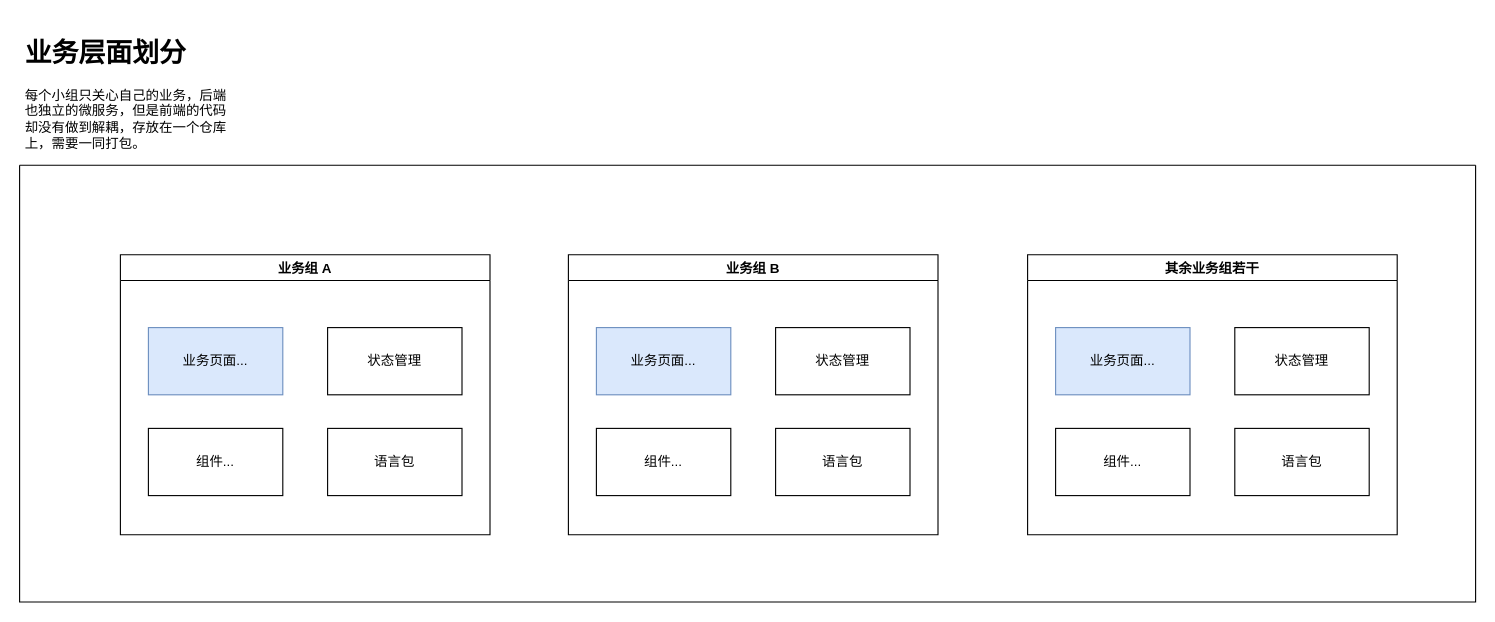
Earlier version of the draw.io diagram page "背景" (1 of 10) of 微服务设计图.drawio (zhuoooo/doodles). Source tidied: cells renumbered, new cells numbered last; positions are measured from the earlier drawing's top-left corner, leaving out a move shared by most shapes. Both pictures are drawn from the tidied source at 112%, with x=0, y=0 at pixel (19, 30).
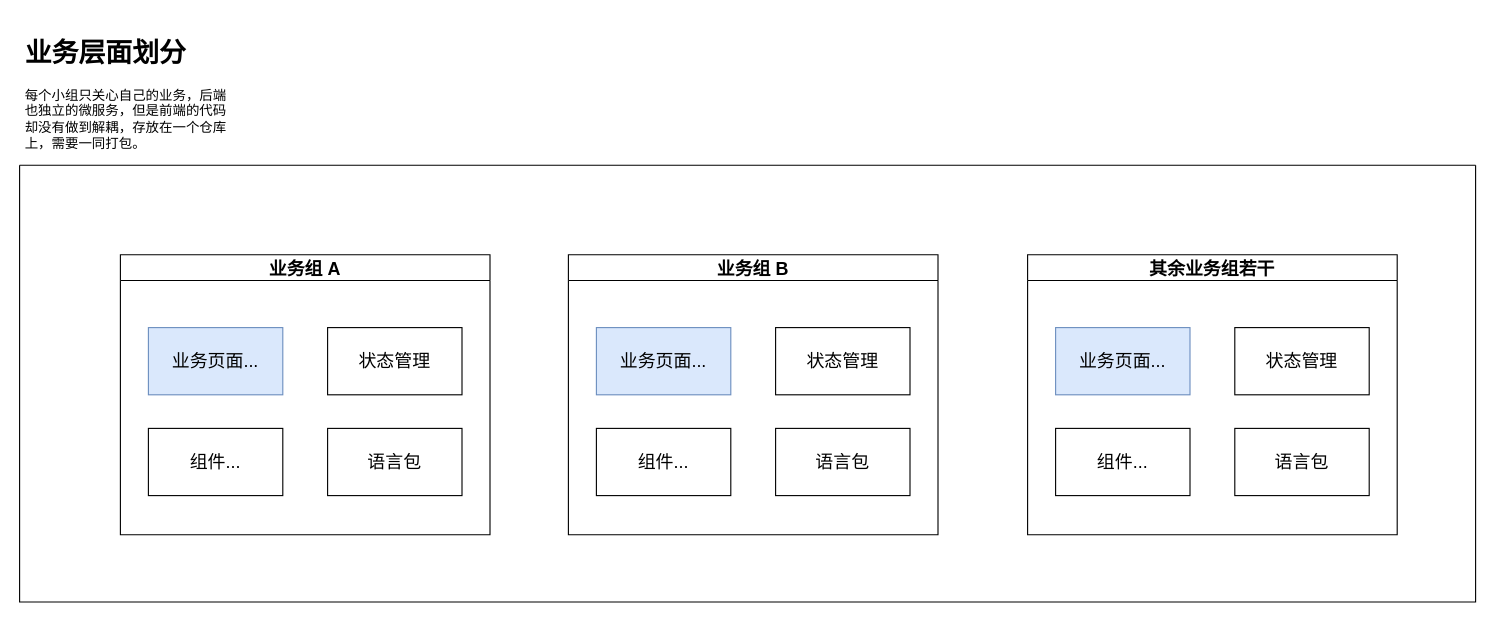
Above is the later version.

Change to the diagram source:
```diff
@@
 <mxGraphModel>
   <root>
     <mxCell id="0" />
     <mxCell id="1" parent="0" />
-    <mxCell id="2" style="swimlane;startSize=0;" parent="1" vertex="1">
+    <mxCell id="2" style="swimlane;startSize=0;fontSize=16;" parent="1" vertex="1">
       <mxGeometry y="120" width="1300" height="390" as="geometry" />
     </mxCell>
-    <mxCell id="3" value="业务组 A" style="swimlane;" parent="2" vertex="1">
+    <mxCell id="3" value="业务组 A" style="swimlane;fontSize=16;" parent="2" vertex="1">
       <mxGeometry x="90" y="80" width="330" height="250" as="geometry" />
     </mxCell>
-    <mxCell id="4" value="业务页面..." style="rounded=0;whiteSpace=wrap;html=1;fillColor=#dae8fc;strokeColor=#6c8ebf;" parent="3" vertex="1">
+    <mxCell id="4" value="业务页面..." style="rounded=0;whiteSpace=wrap;html=1;fillColor=#dae8fc;strokeColor=#6c8ebf;fontSize=16;" parent="3" vertex="1">
       <mxGeometry x="25" y="65" width="120" height="60" as="geometry" />
     </mxCell>
-    <mxCell id="5" value="组件..." style="rounded=0;whiteSpace=wrap;html=1;" parent="3" vertex="1">
+    <mxCell id="5" value="组件..." style="rounded=0;whiteSpace=wrap;html=1;fontSize=16;" parent="3" vertex="1">
       <mxGeometry x="25" y="155" width="120" height="60" as="geometry" />
     </mxCell>
-    <mxCell id="6" value="状态管理" style="rounded=0;whiteSpace=wrap;html=1;" parent="3" vertex="1">
+    <mxCell id="6" value="状态管理" style="rounded=0;whiteSpace=wrap;html=1;fontSize=16;" parent="3" vertex="1">
       <mxGeometry x="185" y="65" width="120" height="60" as="geometry" />
     </mxCell>
-    <mxCell id="7" value="语言包" style="rounded=0;whiteSpace=wrap;html=1;" parent="3" vertex="1">
+    <mxCell id="7" value="语言包" style="rounded=0;whiteSpace=wrap;html=1;fontSize=16;" parent="3" vertex="1">
       <mxGeometry x="185" y="155" width="120" height="60" as="geometry" />
     </mxCell>
-    <mxCell id="8" value="业务组 B" style="swimlane;" parent="2" vertex="1">
+    <mxCell id="8" value="业务组 B" style="swimlane;fontSize=16;" parent="2" vertex="1">
       <mxGeometry x="490" y="80" width="330" height="250" as="geometry" />
     </mxCell>
-    <mxCell id="9" value="业务页面..." style="rounded=0;whiteSpace=wrap;html=1;fillColor=#dae8fc;strokeColor=#6c8ebf;" parent="8" vertex="1">
+    <mxCell id="9" value="业务页面..." style="rounded=0;whiteSpace=wrap;html=1;fillColor=#dae8fc;strokeColor=#6c8ebf;fontSize=16;" parent="8" vertex="1">
       <mxGeometry x="25" y="65" width="120" height="60" as="geometry" />
     </mxCell>
-    <mxCell id="10" value="组件..." style="rounded=0;whiteSpace=wrap;html=1;" parent="8" vertex="1">
+    <mxCell id="10" value="组件..." style="rounded=0;whiteSpace=wrap;html=1;fontSize=16;" parent="8" vertex="1">
       <mxGeometry x="25" y="155" width="120" height="60" as="geometry" />
     </mxCell>
-    <mxCell id="11" value="状态管理" style="rounded=0;whiteSpace=wrap;html=1;" parent="8" vertex="1">
+    <mxCell id="11" value="状态管理" style="rounded=0;whiteSpace=wrap;html=1;fontSize=16;" parent="8" vertex="1">
       <mxGeometry x="185" y="65" width="120" height="60" as="geometry" />
     </mxCell>
-    <mxCell id="12" value="语言包" style="rounded=0;whiteSpace=wrap;html=1;" parent="8" vertex="1">
+    <mxCell id="12" value="语言包" style="rounded=0;whiteSpace=wrap;html=1;fontSize=16;" parent="8" vertex="1">
       <mxGeometry x="185" y="155" width="120" height="60" as="geometry" />
     </mxCell>
-    <mxCell id="13" value="其余业务组若干" style="swimlane;startSize=23;" parent="2" vertex="1">
+    <mxCell id="13" value="其余业务组若干" style="swimlane;startSize=23;fontSize=16;" parent="2" vertex="1">
       <mxGeometry x="900" y="80" width="330" height="250" as="geometry" />
     </mxCell>
-    <mxCell id="14" value="业务页面..." style="rounded=0;whiteSpace=wrap;html=1;fillColor=#dae8fc;strokeColor=#6c8ebf;" parent="13" vertex="1">
+    <mxCell id="14" value="业务页面..." style="rounded=0;whiteSpace=wrap;html=1;fillColor=#dae8fc;strokeColor=#6c8ebf;fontSize=16;" parent="13" vertex="1">
       <mxGeometry x="25" y="65" width="120" height="60" as="geometry" />
     </mxCell>
-    <mxCell id="15" value="组件..." style="rounded=0;whiteSpace=wrap;html=1;" parent="13" vertex="1">
+    <mxCell id="15" value="组件..." style="rounded=0;whiteSpace=wrap;html=1;fontSize=16;" parent="13" vertex="1">
       <mxGeometry x="25" y="155" width="120" height="60" as="geometry" />
     </mxCell>
-    <mxCell id="16" value="状态管理" style="rounded=0;whiteSpace=wrap;html=1;" parent="13" vertex="1">
+    <mxCell id="16" value="状态管理" style="rounded=0;whiteSpace=wrap;html=1;fontSize=16;" parent="13" vertex="1">
       <mxGeometry x="185" y="65" width="120" height="60" as="geometry" />
     </mxCell>
-    <mxCell id="17" value="语言包" style="rounded=0;whiteSpace=wrap;html=1;" parent="13" vertex="1">
+    <mxCell id="17" value="语言包" style="rounded=0;whiteSpace=wrap;html=1;fontSize=16;" parent="13" vertex="1">
       <mxGeometry x="185" y="155" width="120" height="60" as="geometry" />
     </mxCell>
     <mxCell id="18" value="&lt;h1&gt;业务层面划分&lt;/h1&gt;&lt;p&gt;每个小组只关心自己的业务，后端也独立的微服务，但是前端的代码却没有做到解耦，存放在一个仓库上，需要一同打包。&lt;/p&gt;" style="text;html=1;strokeColor=none;fillColor=none;spacing=5;spacingTop=-20;whiteSpace=wrap;overflow=hidden;rounded=0;" parent="1" vertex="1">
       <mxGeometry width="190" height="120" as="geometry" />
     </mxCell>
   </root>
 </mxGraphModel>
```
